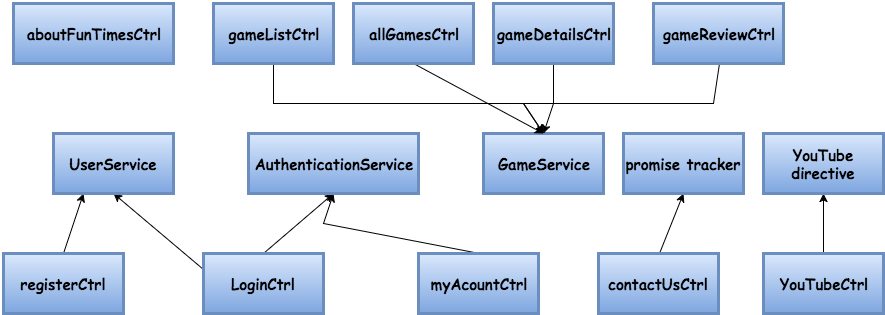
This is support/componentDesign.png from seanieboi/assignment2, a draw.io export, as it was before one commit. Source tidied: cells renumbered, new cells last; positions are measured from the earlier drawing's top-left corner, leaving out a move shared by most shapes.
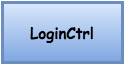
Later version of the same file.

What changed in the source:
```diff
@@ -1,99 +1,9 @@
 <mxGraphModel background="#ffffff">
   <root>
-    <mxCell id="0" style="html=1;" />
+    <mxCell id="0" />
-    <mxCell id="1" style="html=1;" parent="0" />
+    <mxCell id="1" parent="0" />
-    <mxCell id="2" value="GameService" style="whiteSpace=wrap;strokeWidth=3;fontStyle=1;fontFamily=Comic Sans MS;fontSize=15;labelBackgroundColor=none;labelBorderColor=none;plain-blue;" parent="1" vertex="1">
+    <mxCell id="2" value="LoginCtrl" style="whiteSpace=wrap;strokeWidth=3;fontStyle=1;fontFamily=Comic Sans MS;fontSize=15;labelBackgroundColor=none;labelBorderColor=none;plain-blue;" parent="1" vertex="1">
       <mxGeometry x="480" y="130" width="120" height="60" as="geometry" />
     </mxCell>
-    <mxCell id="3" style="edgeStyle=none;rounded=0;html=0;exitX=0.5;exitY=1;entryX=0.5;entryY=0;jettySize=auto;fontFamily=Comic Sans MS;fontSize=17;" parent="1" edge="1" source="4" target="2">
-      <mxGeometry relative="1" as="geometry">
-        <Array as="points">
-          <mxPoint x="550" y="100" />
-        </Array>
-      </mxGeometry>
-    </mxCell>
-    <mxCell id="4" value="gameDetailsCtrl" style="whiteSpace=wrap;strokeWidth=3;fontStyle=1;fontFamily=Comic Sans MS;fontSize=15;labelBackgroundColor=none;labelBorderColor=none;plain-blue;" parent="1" vertex="1">
-      <mxGeometry x="490" width="120" height="60" as="geometry" />
-    </mxCell>
-    <mxCell id="5" style="edgeStyle=none;rounded=0;html=0;exitX=0.5;exitY=0;entryX=0.25;entryY=1;jettySize=auto;fontFamily=Comic Sans MS;fontSize=17;" parent="1" edge="1" source="6" target="21">
-      <mxGeometry relative="1" as="geometry" />
-    </mxCell>
-    <mxCell id="6" value="registerCtrl" style="whiteSpace=wrap;strokeWidth=3;fontStyle=1;fontFamily=Comic Sans MS;fontSize=15;labelBackgroundColor=none;labelBorderColor=none;plain-blue;" parent="1" vertex="1">
-      <mxGeometry y="250" width="120" height="60" as="geometry" />
-    </mxCell>
-    <mxCell id="7" style="edgeStyle=none;rounded=0;html=0;exitX=0.5;exitY=0;entryX=0.5;entryY=1;jettySize=auto;fontFamily=Comic Sans MS;fontSize=17;" parent="1" edge="1" source="8" target="22">
-      <mxGeometry relative="1" as="geometry">
-        <Array as="points">
-          <mxPoint x="320" y="220" />
-        </Array>
-      </mxGeometry>
-    </mxCell>
-    <mxCell id="8" value="myAcountCtrl" style="whiteSpace=wrap;strokeWidth=3;fontStyle=1;fontFamily=Comic Sans MS;fontSize=15;labelBackgroundColor=none;labelBorderColor=none;plain-blue;" parent="1" vertex="1">
-      <mxGeometry x="415" y="250" width="120" height="60" as="geometry" />
-    </mxCell>
-    <mxCell id="9" style="edgeStyle=none;rounded=0;html=0;exitX=0.5;exitY=1;entryX=0.5;entryY=0;jettySize=auto;fontFamily=Comic Sans MS;fontSize=17;" parent="1" edge="1" source="10" target="2">
-      <mxGeometry relative="1" as="geometry">
-        <Array as="points">
-          <mxPoint x="270" y="100" />
-          <mxPoint x="520" y="100" />
-        </Array>
-      </mxGeometry>
-    </mxCell>
-    <mxCell id="10" value="gameListCtrl" style="whiteSpace=wrap;strokeWidth=3;fontStyle=1;fontFamily=Comic Sans MS;fontSize=15;labelBackgroundColor=none;labelBorderColor=none;plain-blue;" parent="1" vertex="1">
-      <mxGeometry x="210" width="120" height="60" as="geometry" />
-    </mxCell>
-    <mxCell id="11" style="edgeStyle=none;rounded=0;html=0;exitX=0;exitY=0.25;entryX=0.5;entryY=1;jettySize=auto;fontFamily=Comic Sans MS;fontSize=17;" parent="1" edge="1" source="13" target="21">
-      <mxGeometry relative="1" as="geometry" />
-    </mxCell>
-    <mxCell id="12" style="edgeStyle=none;rounded=0;html=0;exitX=0.5;exitY=0;entryX=0.5;entryY=1;jettySize=auto;fontFamily=Comic Sans MS;fontSize=17;" parent="1" edge="1" source="13" target="22">
-      <mxGeometry relative="1" as="geometry" />
-    </mxCell>
-    <mxCell id="13" value="LoginCtrl" style="whiteSpace=wrap;strokeWidth=3;fontStyle=1;fontFamily=Comic Sans MS;fontSize=15;labelBackgroundColor=none;labelBorderColor=none;plain-blue;" parent="1" vertex="1">
-      <mxGeometry x="200" y="250" width="120" height="60" as="geometry" />
-    </mxCell>
-    <mxCell id="14" style="edgeStyle=none;rounded=0;html=0;exitX=0.5;exitY=1;entryX=0.5;entryY=0;jettySize=auto;fontFamily=Comic Sans MS;fontSize=17;" parent="1" edge="1" source="15" target="2">
-      <mxGeometry relative="1" as="geometry" />
-    </mxCell>
-    <mxCell id="15" value="allGamesCtrl" style="whiteSpace=wrap;strokeWidth=3;fontStyle=1;fontFamily=Comic Sans MS;fontSize=15;labelBackgroundColor=none;labelBorderColor=none;plain-blue;" parent="1" vertex="1">
-      <mxGeometry x="350" width="120" height="60" as="geometry" />
-    </mxCell>
-    <mxCell id="16" style="edgeStyle=none;rounded=0;html=0;exitX=0.5;exitY=1;entryX=0.5;entryY=0;jettySize=auto;fontFamily=Comic Sans MS;fontSize=17;" parent="1" edge="1" source="17" target="2">
-      <mxGeometry relative="1" as="geometry">
-        <Array as="points">
-          <mxPoint x="710" y="100" />
-          <mxPoint x="520" y="100" />
-        </Array>
-      </mxGeometry>
-    </mxCell>
-    <mxCell id="17" value="gameReviewCtrl" style="whiteSpace=wrap;strokeWidth=3;fontStyle=1;fontFamily=Comic Sans MS;fontSize=15;labelBackgroundColor=none;labelBorderColor=none;plain-blue;" parent="1" vertex="1">
-      <mxGeometry x="650" width="130" height="60" as="geometry" />
-    </mxCell>
-    <mxCell id="18" value="aboutFunTimesCtrl" style="strokeWidth=3;fontStyle=1;fontFamily=Comic Sans MS;fontSize=15;labelBackgroundColor=none;labelBorderColor=none;plain-blue;whiteSpace=wrap;" parent="1" vertex="1">
-      <mxGeometry x="10" width="160" height="60" as="geometry" />
-    </mxCell>
-    <mxCell id="19" style="edgeStyle=none;rounded=0;html=0;exitX=0.5;exitY=0;entryX=0.5;entryY=1;jettySize=auto;fontFamily=Comic Sans MS;fontSize=17;" parent="1" edge="1" source="20" target="26">
-      <mxGeometry relative="1" as="geometry" />
-    </mxCell>
-    <mxCell id="20" value="contactUsCtrl" style="whiteSpace=wrap;strokeWidth=3;fontStyle=1;fontFamily=Comic Sans MS;fontSize=15;labelBackgroundColor=none;labelBorderColor=none;plain-blue;" parent="1" vertex="1">
-      <mxGeometry x="595" y="250" width="120" height="60" as="geometry" />
-    </mxCell>
-    <mxCell id="21" value="UserService" style="whiteSpace=wrap;strokeWidth=3;fontStyle=1;fontFamily=Comic Sans MS;fontSize=15;labelBackgroundColor=none;labelBorderColor=none;plain-blue;" parent="1" vertex="1">
-      <mxGeometry x="50" y="130" width="120" height="60" as="geometry" />
-    </mxCell>
-    <mxCell id="22" value="AuthenticationService" style="whiteSpace=wrap;strokeWidth=3;fontStyle=1;fontFamily=Comic Sans MS;fontSize=15;labelBackgroundColor=none;labelBorderColor=none;plain-blue;" parent="1" vertex="1">
-      <mxGeometry x="245" y="130" width="170" height="60" as="geometry" />
-    </mxCell>
-    <mxCell id="23" style="edgeStyle=none;rounded=0;html=0;exitX=0.5;exitY=0;entryX=0.5;entryY=1;jettySize=auto;fontFamily=Comic Sans MS;fontSize=17;" parent="1" edge="1" source="24" target="25">
-      <mxGeometry relative="1" as="geometry" />
-    </mxCell>
-    <mxCell id="24" value="YouTubeCtrl" style="whiteSpace=wrap;strokeWidth=3;fontStyle=1;fontFamily=Comic Sans MS;fontSize=15;labelBackgroundColor=none;labelBorderColor=none;plain-blue;" parent="1" vertex="1">
-      <mxGeometry x="760" y="250" width="120" height="60" as="geometry" />
-    </mxCell>
-    <mxCell id="25" value="YouTube directive" style="whiteSpace=wrap;strokeWidth=3;fontStyle=1;fontFamily=Comic Sans MS;fontSize=15;labelBackgroundColor=none;labelBorderColor=none;plain-blue;" parent="1" vertex="1">
-      <mxGeometry x="760" y="130" width="120" height="60" as="geometry" />
-    </mxCell>
-    <mxCell id="26" value="promise tracker" style="strokeWidth=3;fontStyle=1;fontFamily=Comic Sans MS;fontSize=15;labelBackgroundColor=none;labelBorderColor=none;plain-blue;whiteSpace=wrap;" parent="1" vertex="1">
-      <mxGeometry x="620" y="130" width="120" height="60" as="geometry" />
-    </mxCell>
   </root>
 </mxGraphModel>
```
